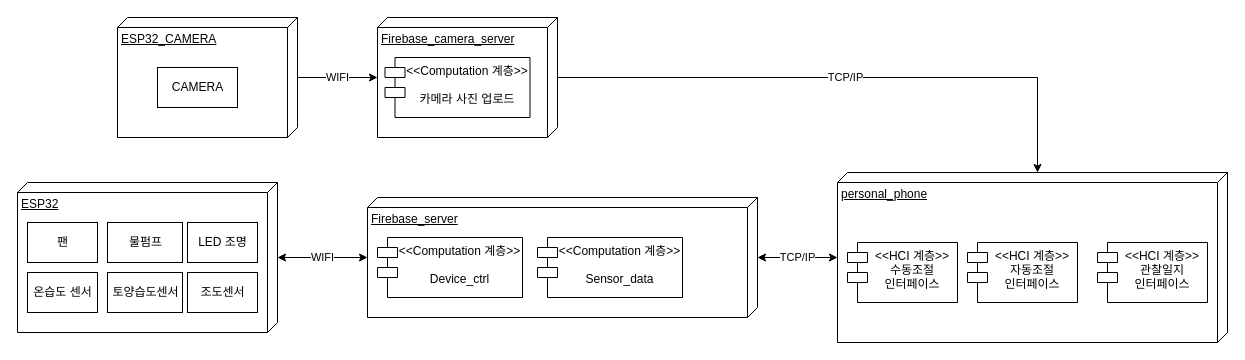
Above: 구조설계/배치다이어그램.drawio in sonmyungwon/Software-Development (draw.io), before the change. Source tidied: cells renumbered, new cells numbered last; positions are measured from the earlier drawing's top-left corner, leaving out a move shared by most shapes. Both pictures are drawn from the tidied source at 100%, with x=0, y=0 at pixel (17, 17).
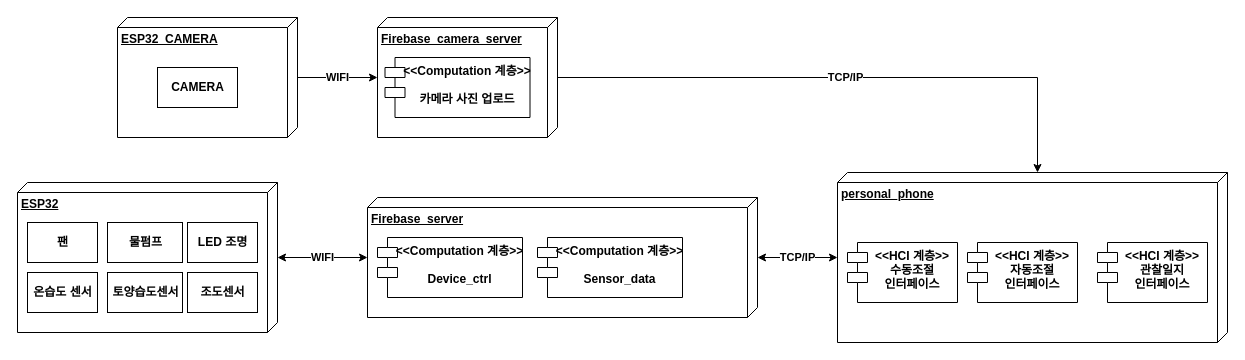
The same diagram, later.

Commit message:
배치다이어그램.drawio 업데이트

The edit, as a diff of the source:
```diff
@@
-    <mxCell id="2" value="TCP/IP" style="edgeStyle=orthogonalEdgeStyle;rounded=0;jettySize=auto;html=1;entryX=0;entryY=0;entryDx=0;entryDy=190;entryPerimeter=0;" parent="1" edge="1" source="3" target="22">
+    <mxCell id="2" value="TCP/IP" style="edgeStyle=orthogonalEdgeStyle;rounded=0;jettySize=auto;html=1;entryX=0;entryY=0;entryDx=0;entryDy=190;entryPerimeter=0;fontStyle=1;" parent="1" edge="1" source="3" target="22">
       <mxGeometry relative="1" as="geometry" />
     </mxCell>
-    <mxCell id="3" value="Firebase_camera_server" style="verticalAlign=top;align=left;spacingTop=8;spacingLeft=2;spacingRight=12;shape=cube;size=10;direction=south;fontStyle=4;html=1;" parent="1" vertex="1">
+    <mxCell id="3" value="Firebase_camera_server" style="verticalAlign=top;align=left;spacingTop=8;spacingLeft=2;spacingRight=12;shape=cube;size=10;direction=south;fontStyle=5;html=1;" parent="1" vertex="1">
       <mxGeometry x="360" width="180" height="120" as="geometry" />
     </mxCell>
-    <mxCell id="4" value="WIFI" style="edgeStyle=orthogonalEdgeStyle;rounded=0;jettySize=auto;html=1;startArrow=classic;startFill=1;" parent="1" edge="1" source="13" target="6">
+    <mxCell id="4" value="WIFI" style="edgeStyle=orthogonalEdgeStyle;rounded=0;jettySize=auto;html=1;startArrow=classic;startFill=1;fontStyle=1;" parent="1" edge="1" source="13" target="6">
       <mxGeometry relative="1" as="geometry" />
     </mxCell>
-    <mxCell id="5" value="TCP/IP" style="edgeStyle=orthogonalEdgeStyle;rounded=0;jettySize=auto;html=1;startArrow=classic;startFill=1;" parent="1" edge="1" source="6" target="22">
+    <mxCell id="5" value="TCP/IP" style="edgeStyle=orthogonalEdgeStyle;rounded=0;jettySize=auto;html=1;startArrow=classic;startFill=1;fontStyle=1;" parent="1" edge="1" source="6" target="22">
       <mxGeometry relative="1" as="geometry" />
     </mxCell>
-    <mxCell id="6" value="Firebase_server" style="verticalAlign=top;align=left;spacingTop=8;spacingLeft=2;spacingRight=12;shape=cube;size=10;direction=south;fontStyle=4;html=1;" parent="1" vertex="1">
+    <mxCell id="6" value="Firebase_server" style="verticalAlign=top;align=left;spacingTop=8;spacingLeft=2;spacingRight=12;shape=cube;size=10;direction=south;fontStyle=5;html=1;" parent="1" vertex="1">
       <mxGeometry x="350" y="180" width="390" height="120" as="geometry" />
     </mxCell>
-    <mxCell id="7" value="WIFI" style="edgeStyle=orthogonalEdgeStyle;rounded=0;jettySize=auto;html=1;" parent="1" edge="1" source="8" target="3">
+    <mxCell id="7" value="WIFI" style="edgeStyle=orthogonalEdgeStyle;rounded=0;jettySize=auto;html=1;fontStyle=1;" parent="1" edge="1" source="8" target="3">
       <mxGeometry relative="1" as="geometry" />
     </mxCell>
-    <mxCell id="8" value="ESP32_CAMERA" style="verticalAlign=top;align=left;spacingTop=8;spacingLeft=2;spacingRight=12;shape=cube;size=10;direction=south;fontStyle=4;html=1;" parent="1" vertex="1">
+    <mxCell id="8" value="ESP32_CAMERA" style="verticalAlign=top;align=left;spacingTop=8;spacingLeft=2;spacingRight=12;shape=cube;size=10;direction=south;fontStyle=5;html=1;" parent="1" vertex="1">
       <mxGeometry x="100" width="180" height="120" as="geometry" />
     </mxCell>
-    <mxCell id="9" value="&lt;&lt;Computation 계층&gt;&gt;&#10;&#10;카메라 사진 업로드" style="shape=module;align=left;spacingLeft=20;align=center;verticalAlign=top;" parent="1" vertex="1">
+    <mxCell id="9" value="&lt;&lt;Computation 계층&gt;&gt;&#10;&#10;카메라 사진 업로드" style="shape=module;align=left;spacingLeft=20;align=center;verticalAlign=top;fontStyle=1;" parent="1" vertex="1">
       <mxGeometry x="367.5" y="40" width="145" height="60" as="geometry" />
     </mxCell>
-    <mxCell id="10" value="&lt;&lt;Computation 계층&gt;&gt;&#10;&#10;Device_ctrl" style="shape=module;align=left;spacingLeft=20;align=center;verticalAlign=top;" parent="1" vertex="1">
+    <mxCell id="10" value="&lt;&lt;Computation 계층&gt;&gt;&#10;&#10;Device_ctrl" style="shape=module;align=left;spacingLeft=20;align=center;verticalAlign=top;fontStyle=1;" parent="1" vertex="1">
       <mxGeometry x="360" y="220" width="145" height="60" as="geometry" />
     </mxCell>
-    <mxCell id="11" value="&lt;&lt;Computation 계층&gt;&gt;&#10;&#10;Sensor_data" style="shape=module;align=left;spacingLeft=20;align=center;verticalAlign=top;" parent="1" vertex="1">
+    <mxCell id="11" value="&lt;&lt;Computation 계층&gt;&gt;&#10;&#10;Sensor_data" style="shape=module;align=left;spacingLeft=20;align=center;verticalAlign=top;fontStyle=1;" parent="1" vertex="1">
       <mxGeometry x="520" y="220" width="145" height="60" as="geometry" />
     </mxCell>
-    <mxCell id="12" style="group;" parent="1" vertex="1">
+    <mxCell id="12" style="group;fontStyle=1;" parent="1" vertex="1">
       <mxGeometry y="165" width="260" height="150" as="geometry" />
     </mxCell>
-    <mxCell id="13" value="ESP32" style="verticalAlign=top;align=left;spacingTop=8;spacingLeft=2;spacingRight=12;shape=cube;size=10;direction=south;fontStyle=4;html=1;" parent="12" vertex="1">
+    <mxCell id="13" value="ESP32" style="verticalAlign=top;align=left;spacingTop=8;spacingLeft=2;spacingRight=12;shape=cube;size=10;direction=south;fontStyle=5;html=1;" parent="12" vertex="1">
       <mxGeometry width="260" height="150" as="geometry" />
     </mxCell>
-    <mxCell id="14" value="팬" style="html=1;" parent="12" vertex="1">
+    <mxCell id="14" value="팬" style="html=1;fontStyle=1;" parent="12" vertex="1">
       <mxGeometry x="10" y="40" width="70" height="40" as="geometry" />
     </mxCell>
-    <mxCell id="15" value="물펌프" style="html=1;" parent="12" vertex="1">
+    <mxCell id="15" value="물펌프" style="html=1;fontStyle=1;" parent="12" vertex="1">
       <mxGeometry x="90" y="40" width="75" height="40" as="geometry" />
     </mxCell>
-    <mxCell id="16" value="온습도 센서" style="html=1;" parent="12" vertex="1">
+    <mxCell id="16" value="온습도 센서" style="html=1;fontStyle=1;" parent="12" vertex="1">
       <mxGeometry x="10" y="90" width="70" height="40" as="geometry" />
     </mxCell>
-    <mxCell id="17" value="토양습도센서" style="html=1;" parent="12" vertex="1">
+    <mxCell id="17" value="토양습도센서" style="html=1;fontStyle=1;" parent="12" vertex="1">
       <mxGeometry x="90" y="90" width="75" height="40" as="geometry" />
     </mxCell>
-    <mxCell id="18" value="LED 조명" style="html=1;" parent="12" vertex="1">
+    <mxCell id="18" value="LED 조명" style="html=1;fontStyle=1;" parent="12" vertex="1">
       <mxGeometry x="170" y="40" width="70" height="40" as="geometry" />
     </mxCell>
-    <mxCell id="19" value="조도센서" style="html=1;" parent="12" vertex="1">
+    <mxCell id="19" value="조도센서" style="html=1;fontStyle=1;" parent="12" vertex="1">
       <mxGeometry x="170" y="90" width="70" height="40" as="geometry" />
     </mxCell>
-    <mxCell id="20" value="CAMERA" style="html=1;" parent="1" vertex="1">
+    <mxCell id="20" value="CAMERA" style="html=1;fontStyle=1;" parent="1" vertex="1">
       <mxGeometry x="140" y="50" width="80" height="40" as="geometry" />
     </mxCell>
-    <mxCell id="21" style="group;" parent="1" vertex="1">
+    <mxCell id="21" style="group;fontStyle=1;" parent="1" vertex="1">
       <mxGeometry x="820" y="155" width="390" height="170" as="geometry" />
     </mxCell>
-    <mxCell id="22" value="personal_phone" style="verticalAlign=top;align=left;spacingTop=8;spacingLeft=2;spacingRight=12;shape=cube;size=10;direction=south;fontStyle=4;html=1;" parent="21" vertex="1">
+    <mxCell id="22" value="personal_phone" style="verticalAlign=top;align=left;spacingTop=8;spacingLeft=2;spacingRight=12;shape=cube;size=10;direction=south;fontStyle=5;html=1;" parent="21" vertex="1">
       <mxGeometry width="390" height="170" as="geometry" />
     </mxCell>
-    <mxCell id="23" value="&lt;&lt;HCI 계층&gt;&gt;&#10;수동조절 &#10;인터페이스" style="shape=module;align=left;spacingLeft=20;align=center;verticalAlign=top;" parent="21" vertex="1">
+    <mxCell id="23" value="&lt;&lt;HCI 계층&gt;&gt;&#10;수동조절 &#10;인터페이스" style="shape=module;align=left;spacingLeft=20;align=center;verticalAlign=top;fontStyle=1;" parent="21" vertex="1">
       <mxGeometry x="10" y="70" width="110" height="60" as="geometry" />
     </mxCell>
-    <mxCell id="24" value="&lt;&lt;HCI 계층&gt;&gt;&#10;자동조절 &#10;인터페이스" style="shape=module;align=left;spacingLeft=20;align=center;verticalAlign=top;" parent="21" vertex="1">
+    <mxCell id="24" value="&lt;&lt;HCI 계층&gt;&gt;&#10;자동조절 &#10;인터페이스" style="shape=module;align=left;spacingLeft=20;align=center;verticalAlign=top;fontStyle=1;" parent="21" vertex="1">
       <mxGeometry x="130" y="70" width="110" height="60" as="geometry" />
     </mxCell>
-    <mxCell id="25" value="&lt;&lt;HCI 계층&gt;&gt;&#10;관찰일지&#10;인터페이스" style="shape=module;align=left;spacingLeft=20;align=center;verticalAlign=top;" parent="21" vertex="1">
+    <mxCell id="25" value="&lt;&lt;HCI 계층&gt;&gt;&#10;관찰일지&#10;인터페이스" style="shape=module;align=left;spacingLeft=20;align=center;verticalAlign=top;fontStyle=1;" parent="21" vertex="1">
       <mxGeometry x="260" y="70" width="110" height="60" as="geometry" />
     </mxCell>
```
